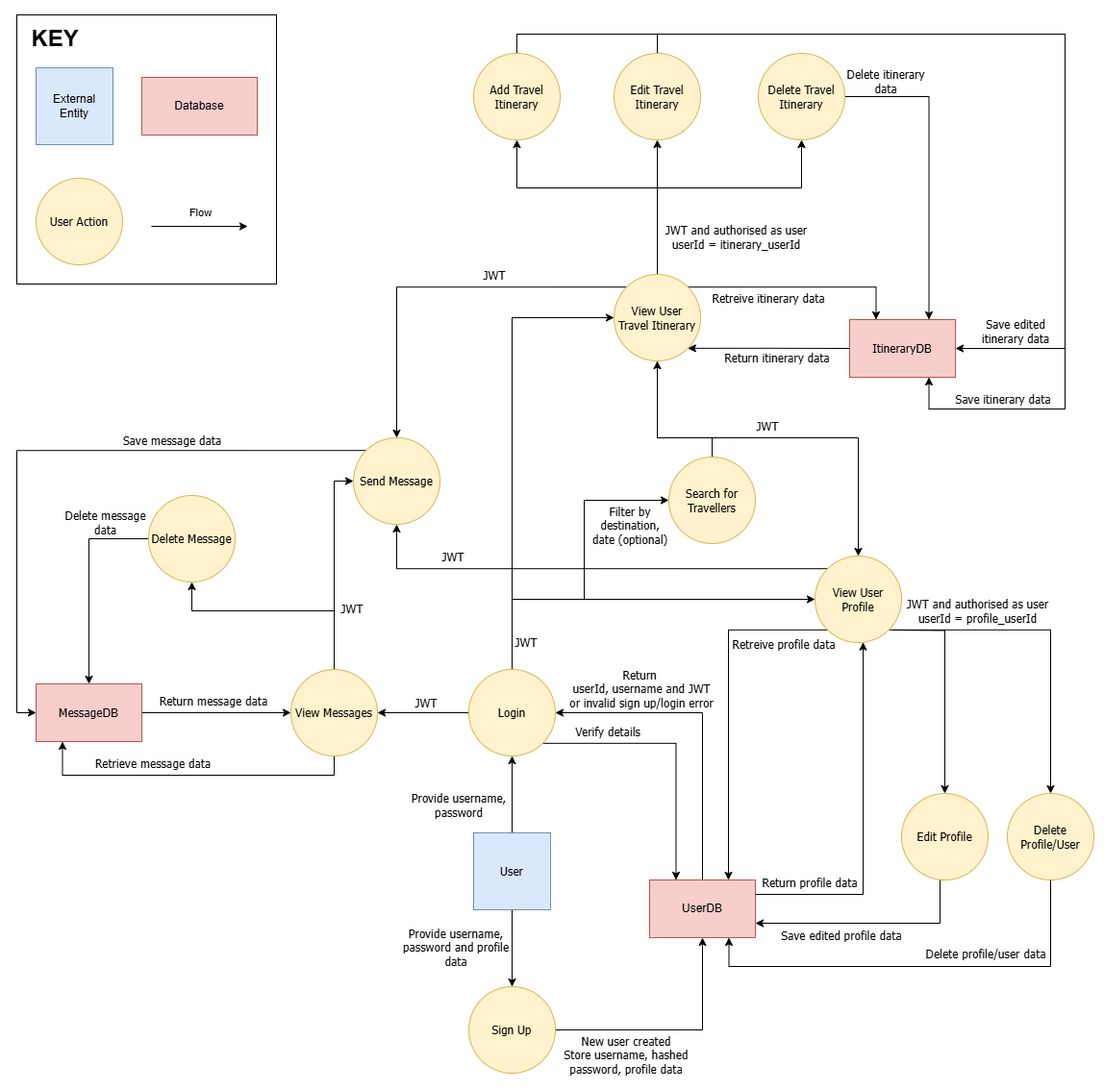
Before: docs/dataflow-diagram.png, a diagram exported from draw.io (MeetMyRoute/T3A2-FullStackApp-PartA). Source tidied: cells renumbered, new cells last; positions are measured from the earlier drawing's top-left corner, leaving out a move shared by most shapes.
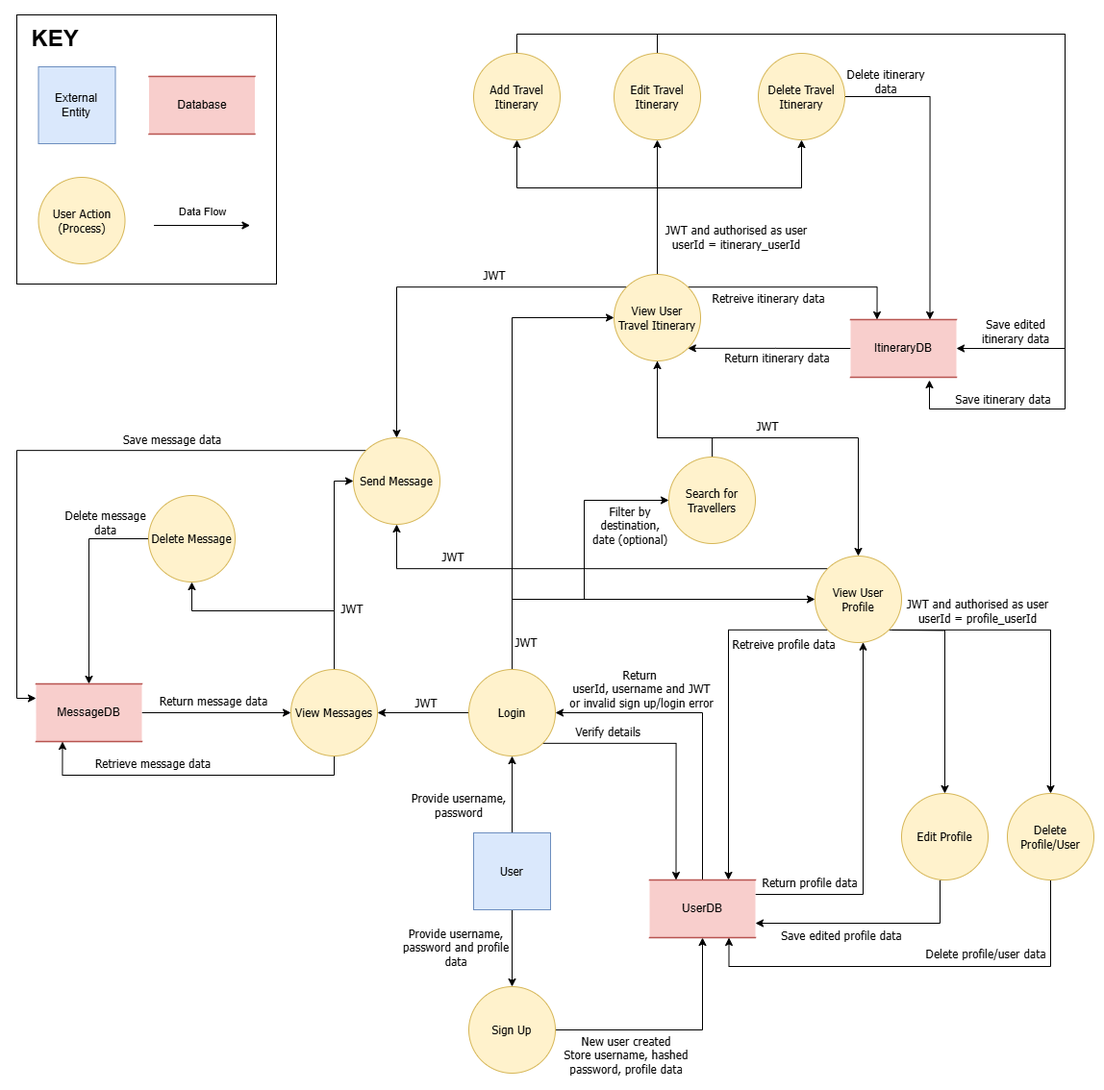
After the change.

Commit message:
amended database symbol to align with yourdon demarco notation

Change to the diagram source:
```diff
@@ -55,22 +55,19 @@
     <mxCell id="15" value="&lt;h1&gt;KEY&lt;/h1&gt;" style="text;html=1;align=center;verticalAlign=middle;whiteSpace=wrap;rounded=0;" parent="1" vertex="1">
       <mxGeometry x="10" y="10" width="60" height="30" as="geometry" />
     </mxCell>
-    <mxCell id="16" value="User Action" style="ellipse;whiteSpace=wrap;html=1;fontFamily=Tahoma;fillColor=#fff2cc;strokeColor=#d6b656;" parent="1" vertex="1">
-      <mxGeometry x="20" y="170" width="90" height="90" as="geometry" />
+    <mxCell id="16" value="User Action&lt;br&gt;(Process)" style="ellipse;whiteSpace=wrap;html=1;fontFamily=Tahoma;fillColor=#fff2cc;strokeColor=#d6b656;" parent="1" vertex="1">
+      <mxGeometry x="22.5" y="169" width="90" height="90" as="geometry" />
     </mxCell>
     <mxCell id="17" value="External&lt;div&gt;Entity&lt;/div&gt;" style="whiteSpace=wrap;html=1;fillColor=#dae8fc;strokeColor=#6c8ebf;" parent="1" vertex="1">
-      <mxGeometry x="20" y="55" width="80" height="80" as="geometry" />
+      <mxGeometry x="22.5" y="54" width="80" height="80" as="geometry" />
     </mxCell>
-    <mxCell id="18" value="Database" style="rounded=0;whiteSpace=wrap;html=1;fillColor=#f8cecc;strokeColor=#b85450;" parent="1" vertex="1">
-      <mxGeometry x="130" y="65" width="120" height="60" as="geometry" />
-    </mxCell>
     <mxCell id="19" style="endArrow=classic;html=1;rounded=0;" parent="1" edge="1">
       <mxGeometry relative="1" as="geometry">
-        <mxPoint x="140" y="220" as="sourcePoint" />
-        <mxPoint x="240" y="220" as="targetPoint" />
+        <mxPoint x="142.5" y="219" as="sourcePoint" />
+        <mxPoint x="242.5" y="219" as="targetPoint" />
       </mxGeometry>
     </mxCell>
-    <mxCell id="20" value="Flow" style="edgeLabel;html=1;align=center;verticalAlign=middle;" parent="19" vertex="1">
+    <mxCell id="20" value="Data Flow" style="edgeLabel;html=1;align=center;verticalAlign=middle;" parent="19" vertex="1">
       <mxGeometry relative="1" as="geometry">
         <mxPoint y="-15" as="offset" />
       </mxGeometry>
@@ -81,9 +78,6 @@
     <mxCell id="22" value="Provide u&lt;span style=&quot;background-color: initial;&quot;&gt;sername, password and profile data&lt;/span&gt;" style="text;html=1;align=center;verticalAlign=middle;whiteSpace=wrap;rounded=0;fontFamily=Tahoma;" parent="1" vertex="1">
       <mxGeometry x="399" y="944" width="116" height="52" as="geometry" />
     </mxCell>
-    <mxCell id="23" value="UserDB" style="rounded=0;whiteSpace=wrap;html=1;fillColor=#f8cecc;strokeColor=#b85450;" parent="1" vertex="1">
-      <mxGeometry x="658" y="900" width="110" height="60" as="geometry" />
-    </mxCell>
     <mxCell id="24" value="Verify details" style="text;html=1;align=center;verticalAlign=middle;whiteSpace=wrap;rounded=0;fontFamily=Tahoma;" parent="1" vertex="1">
       <mxGeometry x="572" y="734" width="86" height="24" as="geometry" />
     </mxCell>
@@ -157,8 +151,9 @@
     <mxCell id="41" value="Delete profile/user data" style="text;html=1;align=center;verticalAlign=middle;whiteSpace=wrap;rounded=0;fontFamily=Tahoma;" parent="1" vertex="1">
       <mxGeometry x="941" y="963" width="134" height="27" as="geometry" />
     </mxCell>
-    <mxCell id="42" style="edgeStyle=orthogonalEdgeStyle;rounded=0;jettySize=auto;html=1;entryX=0.75;entryY=1;entryDx=0;entryDy=0;" parent="1" edge="1" source="43" target="47">
+    <mxCell id="42" style="edgeStyle=orthogonalEdgeStyle;rounded=0;jettySize=auto;html=1;" parent="1" edge="1" source="43">
       <mxGeometry relative="1" as="geometry">
+        <mxPoint x="949" y="380" as="targetPoint" />
         <Array as="points">
           <mxPoint x="520" y="20" />
           <mxPoint x="1090" y="20" />
@@ -170,7 +165,7 @@
     <mxCell id="43" value="Add Travel Itinerary" style="ellipse;whiteSpace=wrap;html=1;fontFamily=Tahoma;fillColor=#fff2cc;strokeColor=#d6b656;" parent="1" vertex="1">
       <mxGeometry x="475" y="40" width="90" height="90" as="geometry" />
     </mxCell>
-    <mxCell id="44" style="edgeStyle=orthogonalEdgeStyle;rounded=0;jettySize=auto;html=1;entryX=1;entryY=0.5;entryDx=0;entryDy=0;exitX=0.5;exitY=0;exitDx=0;exitDy=0;" parent="1" edge="1" source="45" target="47">
+    <mxCell id="44" style="edgeStyle=orthogonalEdgeStyle;rounded=0;jettySize=auto;html=1;entryX=1;entryY=0.5;entryDx=0;entryDy=0;exitX=0.5;exitY=0;exitDx=0;exitDy=0;" parent="1" edge="1" source="45" target="87">
       <mxGeometry relative="1" as="geometry">
         <Array as="points">
           <mxPoint x="666" y="20" />
@@ -185,19 +180,16 @@
     <mxCell id="46" value="JWT and authorised as user&lt;br&gt;userId = itinerary_userId" style="text;html=1;align=center;verticalAlign=middle;whiteSpace=wrap;rounded=0;fontFamily=Tahoma;" parent="1" vertex="1">
       <mxGeometry x="666" y="211" width="165" height="40" as="geometry" />
     </mxCell>
-    <mxCell id="47" value="&lt;span style=&quot;font-family: Tahoma;&quot;&gt;Itinerary&lt;/span&gt;DB" style="rounded=0;whiteSpace=wrap;html=1;fillColor=#f8cecc;strokeColor=#b85450;" parent="1" vertex="1">
-      <mxGeometry x="866" y="317" width="110" height="60" as="geometry" />
-    </mxCell>
     <mxCell id="48" value="Save itinerary data" style="text;html=1;align=center;verticalAlign=middle;whiteSpace=wrap;rounded=0;fontFamily=Tahoma;" parent="1" vertex="1">
       <mxGeometry x="971" y="390" width="110" height="20" as="geometry" />
     </mxCell>
     <mxCell id="49" value="Save edited&lt;div&gt;itinerary&amp;nbsp;&lt;span style=&quot;background-color: initial;&quot;&gt;data&lt;/span&gt;&lt;/div&gt;" style="text;html=1;align=center;verticalAlign=middle;whiteSpace=wrap;rounded=0;fontFamily=Tahoma;" parent="1" vertex="1">
       <mxGeometry x="995" y="310" width="88" height="37" as="geometry" />
     </mxCell>
-    <mxCell id="50" style="edgeStyle=orthogonalEdgeStyle;rounded=0;jettySize=auto;html=1;exitX=1;exitY=1;exitDx=0;exitDy=0;entryX=0;entryY=0.5;entryDx=0;entryDy=0;endArrow=none;endFill=0;startArrow=classic;startFill=1;" parent="1" edge="1" source="57" target="47">
+    <mxCell id="50" style="edgeStyle=orthogonalEdgeStyle;rounded=0;jettySize=auto;html=1;exitX=1;exitY=1;exitDx=0;exitDy=0;entryX=0;entryY=0.5;entryDx=0;entryDy=0;endArrow=none;endFill=0;startArrow=classic;startFill=1;" parent="1" edge="1" source="57" target="87">
       <mxGeometry relative="1" as="geometry" />
     </mxCell>
-    <mxCell id="51" style="edgeStyle=orthogonalEdgeStyle;rounded=0;jettySize=auto;html=1;exitX=1;exitY=0;exitDx=0;exitDy=0;entryX=0.25;entryY=0;entryDx=0;entryDy=0;" parent="1" edge="1" source="57" target="47">
+    <mxCell id="51" style="edgeStyle=orthogonalEdgeStyle;rounded=0;jettySize=auto;html=1;exitX=1;exitY=0;exitDx=0;exitDy=0;entryX=0.25;entryY=0;entryDx=0;entryDy=0;" parent="1" edge="1" source="57" target="87">
       <mxGeometry relative="1" as="geometry" />
     </mxCell>
     <mxCell id="52" style="edgeStyle=orthogonalEdgeStyle;rounded=0;jettySize=auto;html=1;exitX=0.5;exitY=0;exitDx=0;exitDy=0;entryX=0.5;entryY=1;entryDx=0;entryDy=0;" parent="1" edge="1" source="57" target="43">
@@ -242,7 +234,7 @@
     <mxCell id="60" value="Return itinerary data" style="text;html=1;align=center;verticalAlign=middle;whiteSpace=wrap;rounded=0;fontFamily=Tahoma;" parent="1" vertex="1">
       <mxGeometry x="728" y="347" width="126" height="20" as="geometry" />
     </mxCell>
-    <mxCell id="61" style="edgeStyle=orthogonalEdgeStyle;rounded=0;jettySize=auto;html=1;entryX=0.75;entryY=0;entryDx=0;entryDy=0;" parent="1" edge="1" source="62" target="47">
+    <mxCell id="61" style="edgeStyle=orthogonalEdgeStyle;rounded=0;jettySize=auto;html=1;entryX=0.75;entryY=0;entryDx=0;entryDy=0;" parent="1" edge="1" source="62" target="87">
       <mxGeometry relative="1" as="geometry" />
     </mxCell>
     <mxCell id="62" value="Delete&amp;nbsp;&lt;span style=&quot;background-color: initial;&quot;&gt;Travel Itinerary&lt;/span&gt;" style="ellipse;whiteSpace=wrap;html=1;fontFamily=Tahoma;fillColor=#fff2cc;strokeColor=#d6b656;" parent="1" vertex="1">
@@ -262,7 +254,7 @@
     <mxCell id="65" value="Search for Travellers" style="ellipse;whiteSpace=wrap;html=1;fontFamily=Tahoma;fillColor=#fff2cc;strokeColor=#d6b656;" parent="1" vertex="1">
       <mxGeometry x="678" y="460" width="90" height="90" as="geometry" />
     </mxCell>
-    <mxCell id="66" style="edgeStyle=orthogonalEdgeStyle;rounded=0;jettySize=auto;html=1;entryX=0.25;entryY=1;entryDx=0;entryDy=0;exitX=0.5;exitY=1;exitDx=0;exitDy=0;" parent="1" edge="1" source="69" target="75">
+    <mxCell id="66" style="edgeStyle=orthogonalEdgeStyle;rounded=0;jettySize=auto;html=1;entryX=0.25;entryY=1;entryDx=0;entryDy=0;exitX=0.5;exitY=1;exitDx=0;exitDy=0;" parent="1" edge="1" source="69" target="86">
       <mxGeometry relative="1" as="geometry" />
     </mxCell>
     <mxCell id="67" style="edgeStyle=orthogonalEdgeStyle;rounded=0;jettySize=auto;html=1;exitX=0.5;exitY=0;exitDx=0;exitDy=0;entryX=0.5;entryY=1;entryDx=0;entryDy=0;" parent="1" edge="1" source="69" target="73">
@@ -279,24 +271,21 @@
     <mxCell id="69" value="View Messages" style="ellipse;whiteSpace=wrap;html=1;fontFamily=Tahoma;fillColor=#fff2cc;strokeColor=#d6b656;" parent="1" vertex="1">
       <mxGeometry x="285" y="681" width="90" height="90" as="geometry" />
     </mxCell>
-    <mxCell id="70" style="edgeStyle=orthogonalEdgeStyle;rounded=0;jettySize=auto;html=1;exitX=0;exitY=0;exitDx=0;exitDy=0;entryX=0;entryY=0.5;entryDx=0;entryDy=0;" parent="1" edge="1" source="71" target="75">
+    <mxCell id="70" style="edgeStyle=orthogonalEdgeStyle;rounded=0;jettySize=auto;html=1;exitX=0;exitY=0;exitDx=0;exitDy=0;entryX=0;entryY=0.25;entryDx=0;entryDy=0;" parent="1" edge="1" source="71" target="86">
       <mxGeometry relative="1" as="geometry" />
     </mxCell>
     <mxCell id="71" value="Send Message" style="ellipse;whiteSpace=wrap;html=1;fontFamily=Tahoma;fillColor=#fff2cc;strokeColor=#d6b656;" parent="1" vertex="1">
       <mxGeometry x="350" y="440" width="90" height="90" as="geometry" />
     </mxCell>
-    <mxCell id="72" style="edgeStyle=orthogonalEdgeStyle;rounded=0;jettySize=auto;html=1;exitX=0;exitY=0.5;exitDx=0;exitDy=0;" parent="1" edge="1" source="73" target="75">
+    <mxCell id="72" style="edgeStyle=orthogonalEdgeStyle;rounded=0;jettySize=auto;html=1;exitX=0;exitY=0.5;exitDx=0;exitDy=0;entryX=0.5;entryY=0;entryDx=0;entryDy=0;" parent="1" edge="1" source="73" target="86">
       <mxGeometry relative="1" as="geometry" />
     </mxCell>
     <mxCell id="73" value="Delete Message" style="ellipse;whiteSpace=wrap;html=1;fontFamily=Tahoma;fillColor=#fff2cc;strokeColor=#d6b656;" parent="1" vertex="1">
       <mxGeometry x="137" y="500" width="90" height="90" as="geometry" />
     </mxCell>
-    <mxCell id="74" style="edgeStyle=orthogonalEdgeStyle;rounded=0;jettySize=auto;html=1;exitX=1;exitY=0.5;exitDx=0;exitDy=0;entryX=0;entryY=0.5;entryDx=0;entryDy=0;" parent="1" edge="1" source="75" target="69">
+    <mxCell id="74" style="edgeStyle=orthogonalEdgeStyle;rounded=0;jettySize=auto;html=1;exitX=1;exitY=0.5;exitDx=0;exitDy=0;entryX=0;entryY=0.5;entryDx=0;entryDy=0;" parent="1" edge="1" source="86" target="69">
       <mxGeometry relative="1" as="geometry" />
     </mxCell>
-    <mxCell id="75" value="&lt;font face=&quot;Tahoma&quot;&gt;Message&lt;/font&gt;DB" style="rounded=0;whiteSpace=wrap;html=1;fillColor=#f8cecc;strokeColor=#b85450;" parent="1" vertex="1">
-      <mxGeometry x="20" y="696" width="110" height="60" as="geometry" />
-    </mxCell>
     <mxCell id="76" value="Filter by destination, date (optional)" style="text;html=1;align=center;verticalAlign=middle;whiteSpace=wrap;rounded=0;fontFamily=Tahoma;" parent="1" vertex="1">
       <mxGeometry x="593" y="505" width="90" height="51" as="geometry" />
     </mxCell>
@@ -327,5 +316,17 @@
     <mxCell id="85" value="Save message data" style="text;html=1;align=center;verticalAlign=middle;whiteSpace=wrap;rounded=0;fontFamily=Tahoma;" parent="1" vertex="1">
       <mxGeometry x="97" y="432" width="130" height="21" as="geometry" />
     </mxCell>
+    <mxCell id="23" value="UserDB" style="shape=partialRectangle;whiteSpace=wrap;html=1;left=0;right=0;fillColor=#f8cecc;strokeColor=#b85450;strokeWidth=1.5;" parent="1" vertex="1">
+      <mxGeometry x="658" y="900" width="110" height="60" as="geometry" />
+    </mxCell>
+    <mxCell id="86" value="MessageDB" style="shape=partialRectangle;whiteSpace=wrap;html=1;left=0;right=0;fillColor=#f8cecc;strokeColor=#b85450;strokeWidth=1.5;" parent="1" vertex="1">
+      <mxGeometry x="20" y="696" width="110" height="60" as="geometry" />
+    </mxCell>
+    <mxCell id="87" value="ItineraryDB" style="shape=partialRectangle;whiteSpace=wrap;html=1;left=0;right=0;fillColor=#f8cecc;strokeColor=#b85450;strokeWidth=1.5;" parent="1" vertex="1">
+      <mxGeometry x="867" y="317" width="110" height="60" as="geometry" />
+    </mxCell>
+    <mxCell id="18" value="Database" style="shape=partialRectangle;whiteSpace=wrap;html=1;left=0;right=0;fillColor=#f8cecc;strokeColor=#b85450;strokeWidth=1.5;" parent="1" vertex="1">
+      <mxGeometry x="137.5" y="64" width="110" height="60" as="geometry" />
+    </mxCell>
   </root>
 </mxGraphModel>
```
